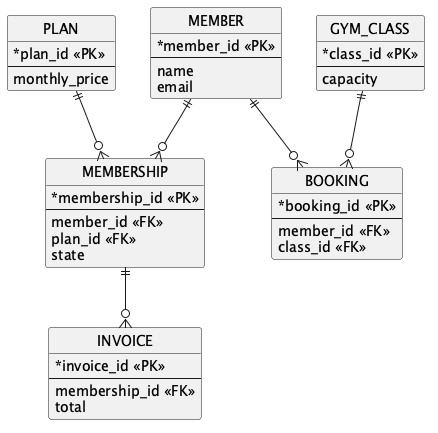
This is report/analysis/er-diagram.png from CS6451-Advanced-Software-Design/Gym-Membership, a PlantUML export, as it was before one commit.
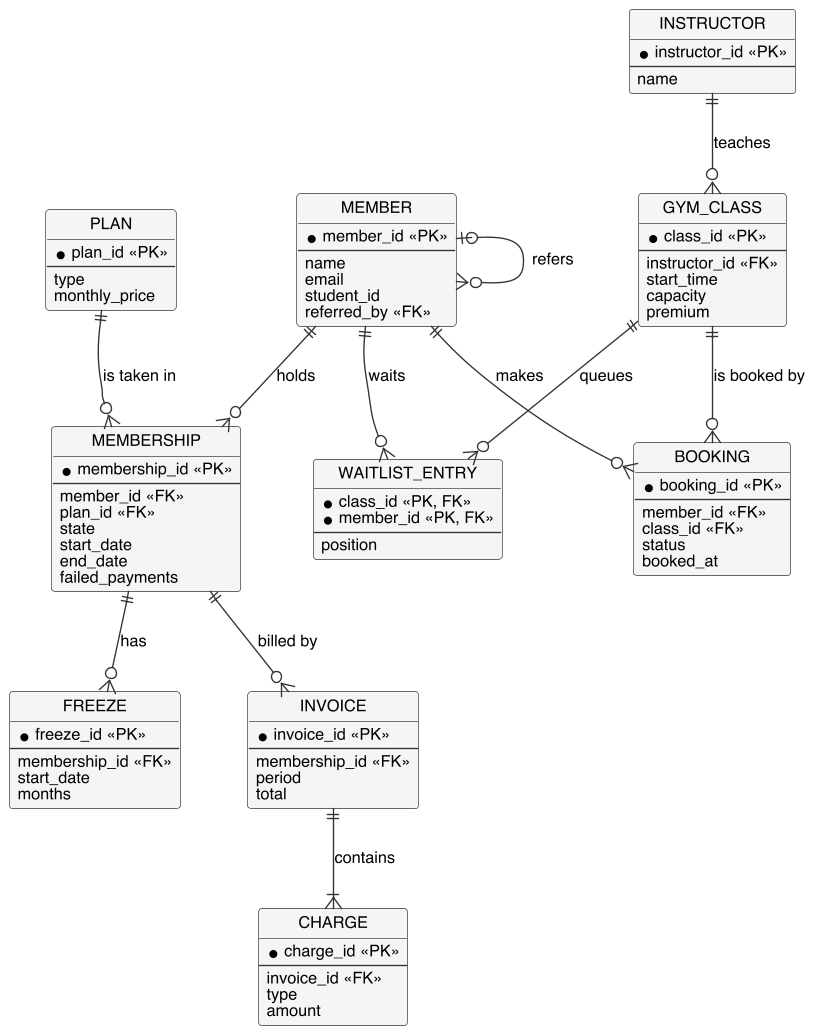
The same file after the commit.

Commit message:
docs: redraw the ER diagram to cover every stored entity

Add FREEZE, INSTRUCTOR, CHARGE and WAITLIST_ENTRY, the self-referencing
referral on MEMBER, and the columns the business rules need, so the data
model matches the class diagram.

What changed in the source:
```diff
@@ -1,45 +1,104 @@
-@startuml er-diagram
-!include ../style.iuml
+@startuml
+!include common.iuml
+hide circle
+skinparam class {
+  BackgroundColor #F5F5F5
+  BorderColor #333333
+}
+skinparam nodesep 50
+skinparam ranksep 60
 
 entity MEMBER {
   * member_id <<PK>>
   --
   name
   email
+  student_id
+  referred_by <<FK>>
 }
+
 entity PLAN {
   * plan_id <<PK>>
   --
+  type
   monthly_price
 }
+
 entity MEMBERSHIP {
   * membership_id <<PK>>
   --
   member_id <<FK>>
   plan_id <<FK>>
   state
+  start_date
+  end_date
+  failed_payments
 }
+
+entity FREEZE {
+  * freeze_id <<PK>>
+  --
+  membership_id <<FK>>
+  start_date
+  months
+}
+
+entity INVOICE {
+  * invoice_id <<PK>>
+  --
+  membership_id <<FK>>
+  period
+  total
+}
+
+entity CHARGE {
+  * charge_id <<PK>>
+  --
+  invoice_id <<FK>>
+  type
+  amount
+}
+
+entity INSTRUCTOR {
+  * instructor_id <<PK>>
+  --
+  name
+}
+
 entity GYM_CLASS {
   * class_id <<PK>>
   --
+  instructor_id <<FK>>
+  start_time
   capacity
+  premium
 }
+
 entity BOOKING {
   * booking_id <<PK>>
   --
   member_id <<FK>>
   class_id <<FK>>
-}
-entity INVOICE {
-  * invoice_id <<PK>>
-  --
-  membership_id <<FK>>
-  total
+  status
+  booked_at
 }
 
-MEMBER ||--o{ MEMBERSHIP
-PLAN ||--o{ MEMBERSHIP
-MEMBERSHIP ||--o{ INVOICE
-MEMBER ||--o{ BOOKING
-GYM_CLASS ||--o{ BOOKING
+entity WAITLIST_ENTRY {
+  * class_id <<PK, FK>>
+  * member_id <<PK, FK>>
+  --
+  position
+}
+
+MEMBER ||--o{ MEMBERSHIP : holds
+PLAN ||--o{ MEMBERSHIP : "is taken in"
+MEMBER |o--o{ MEMBER : refers
+MEMBERSHIP ||--o{ FREEZE : has
+MEMBERSHIP ||--o{ INVOICE : "billed by"
+INVOICE ||--|{ CHARGE : contains
+MEMBER ||--o{ BOOKING : makes
+GYM_CLASS ||--o{ BOOKING : "is booked by"
+INSTRUCTOR ||--o{ GYM_CLASS : teaches
+GYM_CLASS ||--o{ WAITLIST_ENTRY : queues
+MEMBER ||--o{ WAITLIST_ENTRY : waits
 @enduml
```
